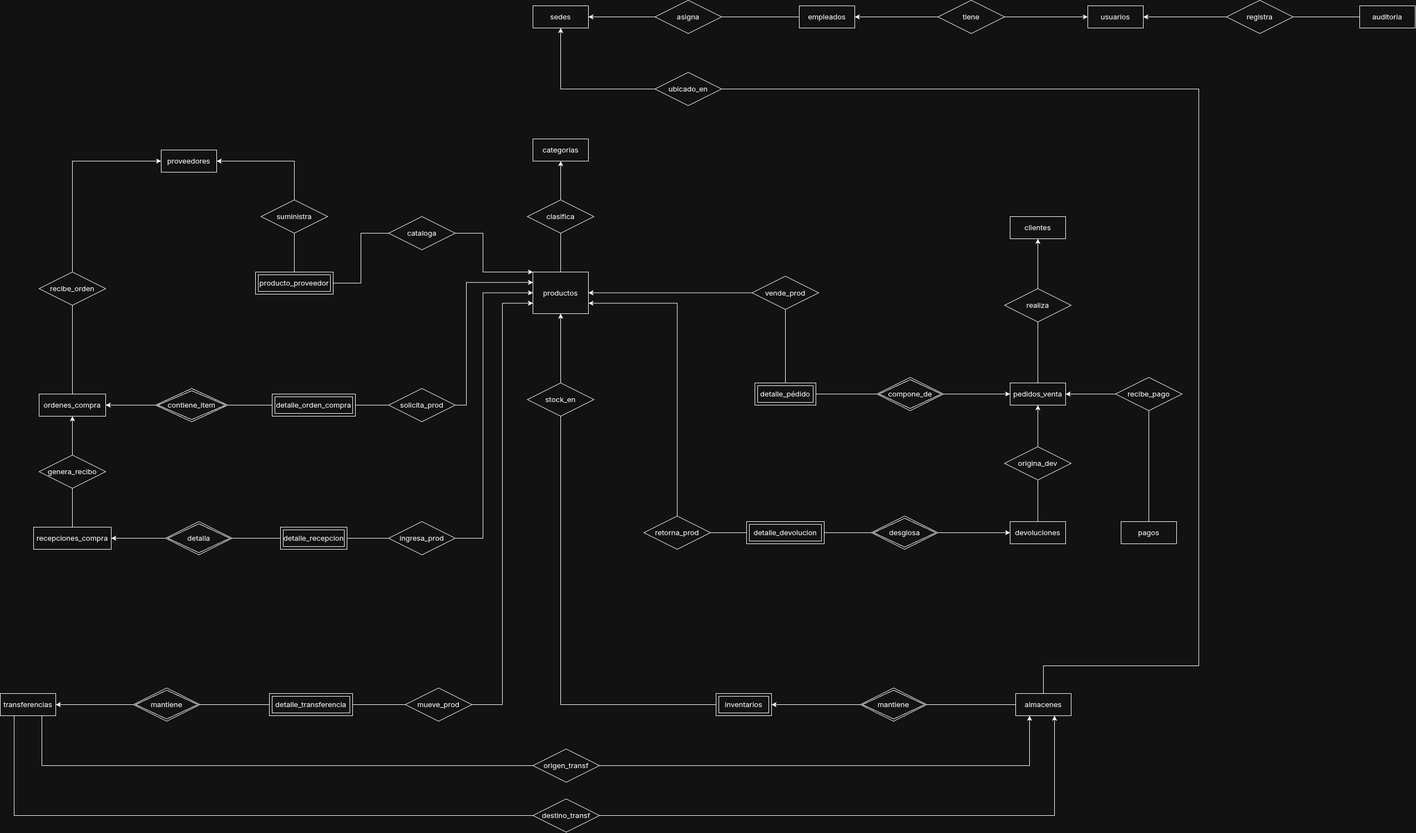
This is DiagramaPFBD.drawio.png from 33-Sebas-Sanchez/proyectoFinalBD, a draw.io export, as it was before one commit. Source tidied: cells renumbered, new cells last; positions are measured from the earlier drawing's top-left corner, leaving out a move shared by most shapes.
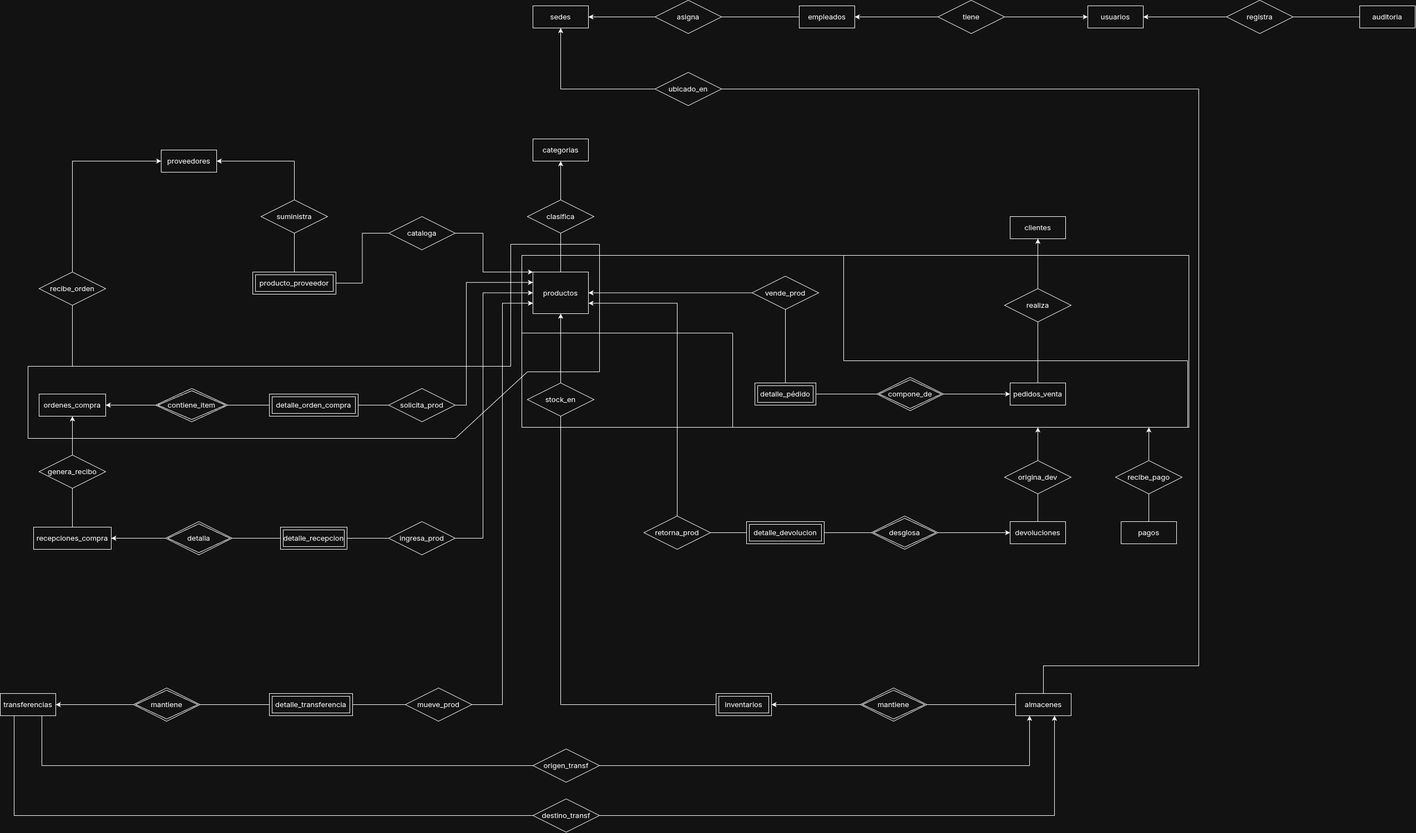
The same diagram one commit later.

Commit message:
Actualizar diagrama conceptual ER con agregaciones

What changed in the source:
```diff
@@ -40,14 +40,11 @@
       <mxGeometry relative="1" as="geometry" />
     </mxCell>
     <mxCell id="13" value="producto_proveedor" style="shape=ext;margin=3;double=1;whiteSpace=wrap;html=1;align=center;fontFamily=Inter;fontSource=https%3A%2F%2Ffonts.googleapis.com%2Fcss%3Ffamily%3DInter;fontSize=13;" parent="1" vertex="1">
-      <mxGeometry x="460" y="490" width="140" height="40" as="geometry" />
+      <mxGeometry x="455" y="490" width="150" height="40" as="geometry" />
     </mxCell>
     <mxCell id="14" value="proveedores" style="whiteSpace=wrap;html=1;align=center;fontFamily=Inter;fontSource=https%3A%2F%2Ffonts.googleapis.com%2Fcss%3Ffamily%3DInter;fontSize=13;" parent="1" vertex="1">
       <mxGeometry x="290" y="270" width="100" height="40" as="geometry" />
     </mxCell>
-    <mxCell id="15" style="edgeStyle=orthogonalEdgeStyle;rounded=0;jettySize=auto;html=1;entryX=0.5;entryY=1;entryDx=0;entryDy=0;defaultLabelBackgroundColor=page;endArrow=none;endFill=0;fontFamily=Inter;fontSource=https%3A%2F%2Ffonts.googleapis.com%2Fcss%3Ffamily%3DInter;fontSize=13;" parent="1" edge="1" source="16" target="75">
-      <mxGeometry relative="1" as="geometry" />
-    </mxCell>
     <mxCell id="16" value="ordenes_compra" style="whiteSpace=wrap;html=1;align=center;fontFamily=Inter;fontSource=https%3A%2F%2Ffonts.googleapis.com%2Fcss%3Ffamily%3DInter;fontSize=13;" parent="1" vertex="1">
       <mxGeometry x="70" y="710" width="120" height="40" as="geometry" />
     </mxCell>
@@ -58,7 +55,7 @@
       <mxGeometry relative="1" as="geometry" />
     </mxCell>
     <mxCell id="19" value="detalle_orden_compra" style="shape=ext;margin=3;double=1;whiteSpace=wrap;html=1;align=center;fontFamily=Inter;fontSource=https%3A%2F%2Ffonts.googleapis.com%2Fcss%3Ffamily%3DInter;fontSize=13;" parent="1" vertex="1">
-      <mxGeometry x="490" y="710" width="150" height="40" as="geometry" />
+      <mxGeometry x="485" y="710" width="160" height="40" as="geometry" />
     </mxCell>
     <mxCell id="20" style="edgeStyle=orthogonalEdgeStyle;rounded=0;jettySize=auto;html=1;entryX=0.5;entryY=1;entryDx=0;entryDy=0;defaultLabelBackgroundColor=page;endArrow=none;endFill=0;fontFamily=Inter;fontSource=https%3A%2F%2Ffonts.googleapis.com%2Fcss%3Ffamily%3DInter;fontSize=13;" parent="1" edge="1" source="21" target="81">
       <mxGeometry relative="1" as="geometry" />
@@ -252,6 +249,11 @@
         </Array>
       </mxGeometry>
     </mxCell>
+    <mxCell id="102" style="edgeStyle=orthogonalEdgeStyle;rounded=0;jettySize=auto;html=1;defaultLabelBackgroundColor=page;endArrow=none;endFill=0;" parent="1" edge="1" source="75">
+      <mxGeometry relative="1" as="geometry">
+        <mxPoint x="130" y="660" as="targetPoint" />
+      </mxGeometry>
+    </mxCell>
     <mxCell id="75" value="recibe_orden" style="shape=rhombus;perimeter=rhombusPerimeter;whiteSpace=wrap;html=1;align=center;fontFamily=Inter;fontSource=https%3A%2F%2Ffonts.googleapis.com%2Fcss%3Ffamily%3DInter;fontSize=13;" parent="1" vertex="1">
       <mxGeometry x="70" y="490" width="120" height="60" as="geometry" />
     </mxCell>
@@ -321,20 +323,24 @@
     <mxCell id="92" value="vende_prod" style="shape=rhombus;perimeter=rhombusPerimeter;whiteSpace=wrap;html=1;align=center;fontFamily=Inter;fontSource=https%3A%2F%2Ffonts.googleapis.com%2Fcss%3Ffamily%3DInter;fontSize=13;" parent="1" vertex="1">
       <mxGeometry x="1355" y="497.5" width="120" height="60" as="geometry" />
     </mxCell>
-    <mxCell id="93" style="edgeStyle=orthogonalEdgeStyle;rounded=0;jettySize=auto;html=1;defaultLabelBackgroundColor=page;fontFamily=Inter;fontSource=https%3A%2F%2Ffonts.googleapis.com%2Fcss%3Ffamily%3DInter;fontSize=13;" parent="1" edge="1" source="95" target="29">
-      <mxGeometry relative="1" as="geometry" />
-    </mxCell>
     <mxCell id="94" style="edgeStyle=orthogonalEdgeStyle;rounded=0;jettySize=auto;html=1;defaultLabelBackgroundColor=page;endArrow=none;endFill=0;fontFamily=Inter;fontSource=https%3A%2F%2Ffonts.googleapis.com%2Fcss%3Ffamily%3DInter;fontSize=13;" parent="1" edge="1" source="95" target="58">
       <mxGeometry relative="1" as="geometry" />
     </mxCell>
+    <mxCell id="103" style="edgeStyle=orthogonalEdgeStyle;rounded=0;jettySize=auto;html=1;defaultLabelBackgroundColor=page;" parent="1" edge="1" source="95">
+      <mxGeometry relative="1" as="geometry">
+        <mxPoint x="2070" y="770" as="targetPoint" />
+      </mxGeometry>
+    </mxCell>
     <mxCell id="95" value="recibe_pago" style="shape=rhombus;perimeter=rhombusPerimeter;whiteSpace=wrap;html=1;align=center;fontFamily=Inter;fontSource=https%3A%2F%2Ffonts.googleapis.com%2Fcss%3Ffamily%3DInter;fontSize=13;" parent="1" vertex="1">
-      <mxGeometry x="2010" y="680" width="120" height="60" as="geometry" />
+      <mxGeometry x="2010" y="830" width="120" height="60" as="geometry" />
     </mxCell>
-    <mxCell id="96" style="edgeStyle=orthogonalEdgeStyle;rounded=0;jettySize=auto;html=1;entryX=0.5;entryY=1;entryDx=0;entryDy=0;defaultLabelBackgroundColor=page;fontFamily=Inter;fontSource=https%3A%2F%2Ffonts.googleapis.com%2Fcss%3Ffamily%3DInter;fontSize=13;" parent="1" edge="1" source="97" target="29">
-      <mxGeometry relative="1" as="geometry" />
-    </mxCell>
+    <mxCell id="104" style="edgeStyle=orthogonalEdgeStyle;rounded=0;jettySize=auto;html=1;defaultLabelBackgroundColor=page;" parent="1" edge="1" source="97">
+      <mxGeometry relative="1" as="geometry">
+        <mxPoint x="1870" y="770" as="targetPoint" />
+      </mxGeometry>
+    </mxCell>
     <mxCell id="97" value="origina_dev" style="shape=rhombus;perimeter=rhombusPerimeter;whiteSpace=wrap;html=1;align=center;fontFamily=Inter;fontSource=https%3A%2F%2Ffonts.googleapis.com%2Fcss%3Ffamily%3DInter;fontSize=13;" parent="1" vertex="1">
-      <mxGeometry x="1810" y="805" width="120" height="60" as="geometry" />
+      <mxGeometry x="1810" y="830" width="120" height="60" as="geometry" />
     </mxCell>
     <mxCell id="98" style="edgeStyle=orthogonalEdgeStyle;rounded=0;jettySize=auto;html=1;entryX=1;entryY=0.5;entryDx=0;entryDy=0;defaultLabelBackgroundColor=page;endArrow=none;endFill=0;exitX=0;exitY=0.5;exitDx=0;exitDy=0;fontFamily=Inter;fontSource=https%3A%2F%2Ffonts.googleapis.com%2Fcss%3Ffamily%3DInter;fontSize=13;" parent="1" edge="1" source="99" target="34">
       <mxGeometry relative="1" as="geometry" />
@@ -352,5 +358,104 @@
     <mxCell id="101" value="retorna_prod" style="shape=rhombus;perimeter=rhombusPerimeter;whiteSpace=wrap;html=1;align=center;fontFamily=Inter;fontSource=https%3A%2F%2Ffonts.googleapis.com%2Fcss%3Ffamily%3DInter;fontSize=13;" parent="1" vertex="1">
       <mxGeometry x="1160" y="930" width="120" height="60" as="geometry" />
     </mxCell>
+    <mxCell id="105" style="group;strokeColor=default;" parent="1" vertex="1">
+      <mxGeometry x="940" y="460" width="1202.2" height="310" as="geometry" />
+    </mxCell>
+    <mxCell id="106" style="endArrow=none;html=1;rounded=0;defaultLabelBackgroundColor=page;" parent="105" edge="1">
+      <mxGeometry relative="1" as="geometry">
+        <mxPoint x="580" y="190" as="sourcePoint" />
+        <mxPoint x="1200" y="190" as="targetPoint" />
+      </mxGeometry>
+    </mxCell>
+    <mxCell id="107" style="endArrow=none;html=1;rounded=0;defaultLabelBackgroundColor=page;" parent="105" edge="1">
+      <mxGeometry relative="1" as="geometry">
+        <mxPoint x="580" as="sourcePoint" />
+        <mxPoint x="580" y="190" as="targetPoint" />
+      </mxGeometry>
+    </mxCell>
+    <mxCell id="108" style="endArrow=none;html=1;rounded=0;defaultLabelBackgroundColor=page;" parent="105" edge="1">
+      <mxGeometry relative="1" as="geometry">
+        <mxPoint as="sourcePoint" />
+        <mxPoint x="580" as="targetPoint" />
+      </mxGeometry>
+    </mxCell>
+    <mxCell id="109" style="endArrow=none;html=1;rounded=0;defaultLabelBackgroundColor=page;" parent="105" edge="1">
+      <mxGeometry relative="1" as="geometry">
+        <mxPoint as="sourcePoint" />
+        <mxPoint y="140" as="targetPoint" />
+      </mxGeometry>
+    </mxCell>
+    <mxCell id="110" style="endArrow=none;html=1;rounded=0;defaultLabelBackgroundColor=page;" parent="105" edge="1">
+      <mxGeometry relative="1" as="geometry">
+        <mxPoint y="140" as="sourcePoint" />
+        <mxPoint x="380" y="140" as="targetPoint" />
+      </mxGeometry>
+    </mxCell>
+    <mxCell id="111" style="endArrow=none;html=1;rounded=0;defaultLabelBackgroundColor=page;" parent="105" edge="1">
+      <mxGeometry relative="1" as="geometry">
+        <mxPoint x="380" y="140" as="sourcePoint" />
+        <mxPoint x="380" y="310" as="targetPoint" />
+      </mxGeometry>
+    </mxCell>
+    <mxCell id="112" style="endArrow=none;html=1;rounded=0;defaultLabelBackgroundColor=page;" parent="105" edge="1">
+      <mxGeometry relative="1" as="geometry">
+        <mxPoint x="380" y="310" as="sourcePoint" />
+        <mxPoint x="1202.2" y="310" as="targetPoint" />
+      </mxGeometry>
+    </mxCell>
+    <mxCell id="113" style="endArrow=none;html=1;rounded=0;defaultLabelBackgroundColor=page;" parent="105" edge="1">
+      <mxGeometry relative="1" as="geometry">
+        <mxPoint x="1200" y="310" as="sourcePoint" />
+        <mxPoint x="1200" y="190" as="targetPoint" />
+      </mxGeometry>
+    </mxCell>
+    <mxCell id="114" style="endArrow=none;html=1;rounded=0;defaultLabelBackgroundColor=page;" parent="105" edge="1">
+      <mxGeometry relative="1" as="geometry">
+        <mxPoint x="140" y="210" as="sourcePoint" />
+        <mxPoint x="140" y="-20" as="targetPoint" />
+      </mxGeometry>
+    </mxCell>
+    <mxCell id="115" style="endArrow=none;html=1;rounded=0;defaultLabelBackgroundColor=page;" parent="1" edge="1">
+      <mxGeometry relative="1" as="geometry">
+        <mxPoint x="50" y="660" as="sourcePoint" />
+        <mxPoint x="920" y="660" as="targetPoint" />
+      </mxGeometry>
+    </mxCell>
+    <mxCell id="116" style="endArrow=none;html=1;rounded=0;defaultLabelBackgroundColor=page;" parent="1" edge="1">
+      <mxGeometry relative="1" as="geometry">
+        <mxPoint x="920" y="660" as="sourcePoint" />
+        <mxPoint x="920" y="440" as="targetPoint" />
+      </mxGeometry>
+    </mxCell>
+    <mxCell id="117" style="endArrow=none;html=1;rounded=0;defaultLabelBackgroundColor=page;" parent="1" edge="1">
+      <mxGeometry relative="1" as="geometry">
+        <mxPoint x="1080" y="440" as="sourcePoint" />
+        <mxPoint x="920" y="440" as="targetPoint" />
+      </mxGeometry>
+    </mxCell>
+    <mxCell id="118" style="endArrow=none;html=1;rounded=0;defaultLabelBackgroundColor=page;" parent="1" edge="1">
+      <mxGeometry relative="1" as="geometry">
+        <mxPoint x="950" y="670" as="sourcePoint" />
+        <mxPoint x="1080" y="670" as="targetPoint" />
+      </mxGeometry>
+    </mxCell>
+    <mxCell id="119" style="endArrow=none;html=1;rounded=0;defaultLabelBackgroundColor=page;" parent="1" edge="1">
+      <mxGeometry relative="1" as="geometry">
+        <mxPoint x="950" y="670" as="sourcePoint" />
+        <mxPoint x="820" y="790" as="targetPoint" />
+      </mxGeometry>
+    </mxCell>
+    <mxCell id="120" style="endArrow=none;html=1;rounded=0;defaultLabelBackgroundColor=page;" parent="1" edge="1">
+      <mxGeometry relative="1" as="geometry">
+        <mxPoint x="820" y="790" as="sourcePoint" />
+        <mxPoint x="50" y="790" as="targetPoint" />
+      </mxGeometry>
+    </mxCell>
+    <mxCell id="121" style="endArrow=none;html=1;rounded=0;defaultLabelBackgroundColor=page;" parent="1" edge="1">
+      <mxGeometry relative="1" as="geometry">
+        <mxPoint x="50" y="660" as="sourcePoint" />
+        <mxPoint x="50" y="790" as="targetPoint" />
+      </mxGeometry>
+    </mxCell>
   </root>
 </mxGraphModel>
```
